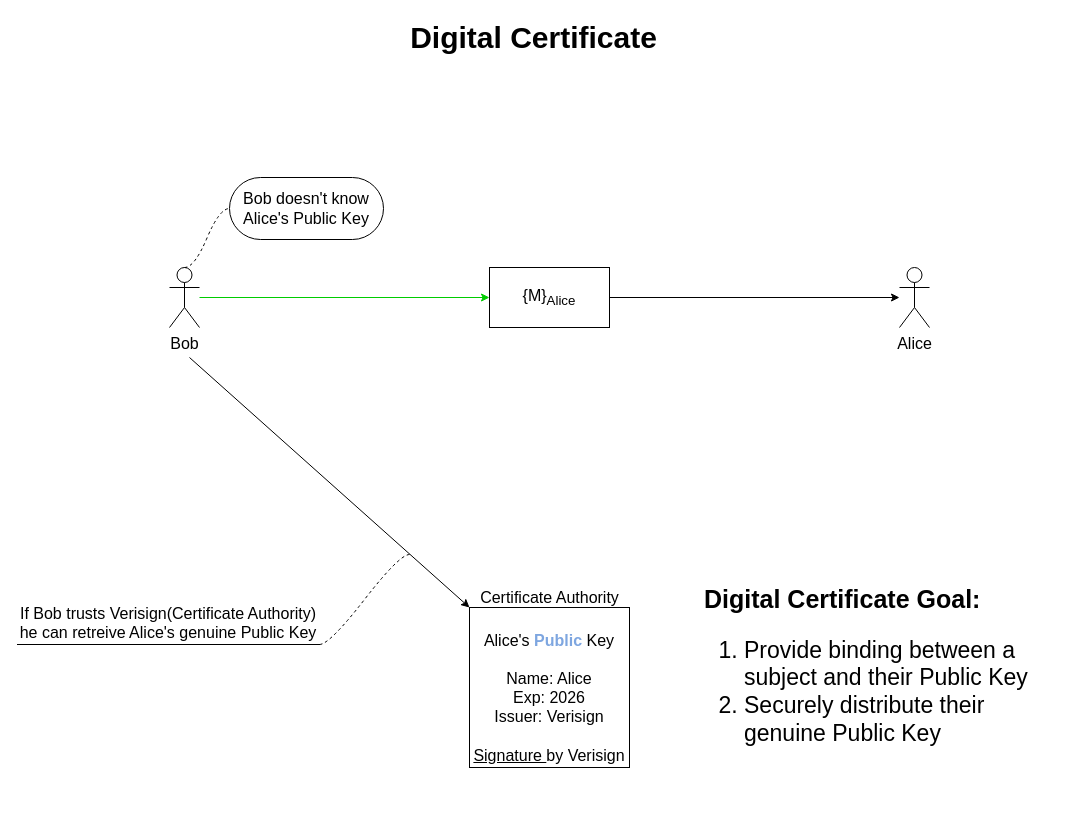
ProTapia/IST-215-Notes keeps this draw.io diagram as Binding.drawio. Above is the earlier version. Source tidied: cells renumbered, new cells numbered last; positions are measured from the earlier drawing's top-left corner, leaving out a move shared by most shapes. Both pictures are drawn from the tidied source at 100%, with x=0, y=0 at pixel (17, 17).
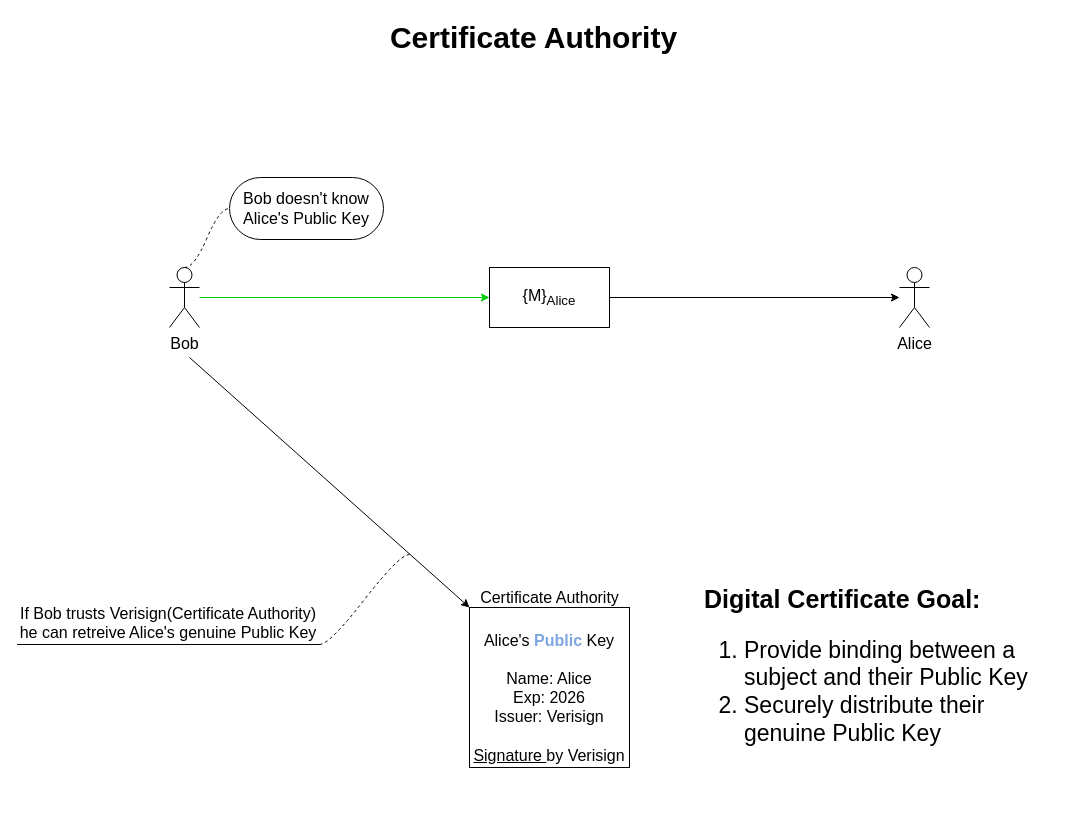
The same diagram, later.

Diff of the diagram source:
```diff
@@
 <mxGraphModel>
   <root>
     <mxCell id="0" />
     <mxCell id="1" parent="0" />
-    <mxCell id="2" value="Digital Certificate&lt;br style=&quot;font-size: 30px&quot;&gt;" style="text;html=1;align=center;verticalAlign=middle;fontSize=30;fontStyle=1;" parent="1" vertex="1">
-      <mxGeometry x="386" width="260" height="40" as="geometry" />
+    <mxCell id="2" value="Certificate Authority" style="text;html=1;align=center;verticalAlign=middle;fontSize=30;fontStyle=1;" parent="1" vertex="1">
+      <mxGeometry x="366" width="300" height="40" as="geometry" />
     </mxCell>
     <mxCell id="3" value="&lt;font style=&quot;font-size: 16px&quot;&gt;Alice's&amp;nbsp;&lt;b style=&quot;font-size: 16px&quot;&gt;&lt;font color=&quot;#7ea6e0&quot; style=&quot;font-size: 16px&quot;&gt;Public &lt;/font&gt;&lt;/b&gt;Key&lt;br style=&quot;font-size: 16px&quot;&gt;&lt;br style=&quot;font-size: 16px&quot;&gt;Name: Alice&lt;br style=&quot;font-size: 16px&quot;&gt;Exp: 2026&lt;br style=&quot;font-size: 16px&quot;&gt;Issuer: Verisign&lt;br style=&quot;font-size: 16px&quot;&gt;&lt;br style=&quot;font-size: 16px&quot;&gt;&lt;u style=&quot;font-size: 16px&quot;&gt;Signature &lt;/u&gt;by Verisign&lt;/font&gt;" style="whiteSpace=wrap;html=1;fontSize=16;verticalAlign=bottom;" parent="1" vertex="1">
       <mxGeometry x="452" y="590" width="160" height="160" as="geometry" />
     </mxCell>
     <mxCell id="4" value="Certificate Authority" style="text;html=1;align=center;verticalAlign=middle;fontSize=16;" parent="1" vertex="1">
       <mxGeometry x="457" y="570" width="150" height="20" as="geometry" />
     </mxCell>
     <mxCell id="5" value="Bob" style="shape=umlActor;verticalLabelPosition=bottom;labelBackgroundColor=#ffffff;verticalAlign=top;html=1;outlineConnect=0;fontSize=16;" parent="1" vertex="1">
       <mxGeometry x="152" y="250" width="30" height="60" as="geometry" />
     </mxCell>
     <mxCell id="6" value="{M}&lt;sub&gt;Alice&lt;/sub&gt;" style="rounded=0;whiteSpace=wrap;html=1;fontSize=16;" parent="1" vertex="1">
       <mxGeometry x="472" y="250" width="120" height="60" as="geometry" />
     </mxCell>
     <mxCell id="7" value="Alice" style="shape=umlActor;verticalLabelPosition=bottom;labelBackgroundColor=#ffffff;verticalAlign=top;html=1;outlineConnect=0;fontSize=16;" parent="1" vertex="1">
       <mxGeometry x="882" y="250" width="30" height="60" as="geometry" />
     </mxCell>
     <mxCell id="8" style="endArrow=classic;html=1;fontSize=16;entryX=0;entryY=0.5;entryDx=0;entryDy=0;fillColor=#fff2cc;strokeColor=#00CC00;" parent="1" edge="1" source="5" target="6">
       <mxGeometry relative="1" as="geometry" />
     </mxCell>
     <mxCell id="9" style="endArrow=classic;html=1;fontSize=16;exitX=1;exitY=0.5;exitDx=0;exitDy=0;" parent="1" edge="1" source="6" target="7">
       <mxGeometry relative="1" as="geometry" />
     </mxCell>
     <mxCell id="10" style="endArrow=classic;html=1;fontSize=16;entryX=0;entryY=0;entryDx=0;entryDy=0;" parent="1" edge="1" target="3">
       <mxGeometry relative="1" as="geometry">
         <mxPoint x="172" y="340" as="sourcePoint" />
       </mxGeometry>
     </mxCell>
     <mxCell id="11" value="If Bob trusts Verisign(Certificate Authority) he can retreive Alice's genuine Public Key" style="whiteSpace=wrap;html=1;shape=partialRectangle;top=0;left=0;bottom=1;right=0;points=[[0,1],[1,1]];strokeColor=#000000;fillColor=none;align=center;verticalAlign=bottom;routingCenterY=0.5;snapToPoint=1;fontSize=16;" parent="1" vertex="1">
       <mxGeometry y="607" width="302" height="20" as="geometry" />
     </mxCell>
     <mxCell id="12" style="edgeStyle=entityRelationEdgeStyle;startArrow=none;endArrow=none;segment=10;curved=1;fontSize=16;exitX=1;exitY=1;exitDx=0;exitDy=0;dashed=1;" parent="1" edge="1" source="11">
       <mxGeometry relative="1" as="geometry">
         <mxPoint x="392" y="537" as="targetPoint" />
       </mxGeometry>
     </mxCell>
     <mxCell id="13" value="&lt;h1 style=&quot;font-size: 25px&quot;&gt;&lt;font style=&quot;font-size: 25px&quot;&gt;Digital Certificate Goal:&lt;/font&gt;&lt;/h1&gt;&lt;div style=&quot;font-size: 23px&quot;&gt;&lt;ol&gt;&lt;li&gt;&lt;span&gt;Provide binding between a subject and their Public Key&lt;/span&gt;&lt;/li&gt;&lt;li&gt;&lt;span&gt;Securely&amp;nbsp;distribute their genuine Public Key&lt;/span&gt;&lt;/li&gt;&lt;/ol&gt;&lt;/div&gt;" style="text;html=1;strokeColor=none;fillColor=none;spacing=5;spacingTop=-20;whiteSpace=wrap;overflow=hidden;rounded=0;fontSize=16;" parent="1" vertex="1">
       <mxGeometry x="682" y="560" width="370" height="220" as="geometry" />
     </mxCell>
     <mxCell id="14" value="Bob doesn't know Alice's Public Key" style="whiteSpace=wrap;html=1;rounded=1;arcSize=50;align=center;verticalAlign=middle;strokeWidth=1;spacing=4;fontSize=16;" parent="1" vertex="1">
       <mxGeometry x="212" y="160" width="154" height="62" as="geometry" />
     </mxCell>
     <mxCell id="15" style="edgeStyle=entityRelationEdgeStyle;startArrow=none;endArrow=none;segment=10;curved=1;fontSize=16;exitX=0.5;exitY=0;exitDx=0;exitDy=0;exitPerimeter=0;dashed=1;" parent="1" edge="1" source="5" target="14">
       <mxGeometry relative="1" as="geometry" />
     </mxCell>
   </root>
 </mxGraphModel>
```
